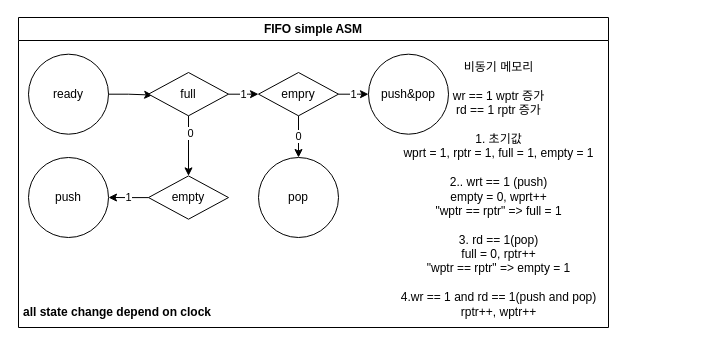
The draw.io diagram FIFO simple ASM.drawio in cong2738/FPGA_Harman, before the edit. Source tidied: cells renumbered, new cells numbered last; positions are measured from the earlier drawing's top-left corner, leaving out a move shared by most shapes. Both pictures are drawn from the tidied source at 100%, with x=0, y=0 at pixel (17, 17).
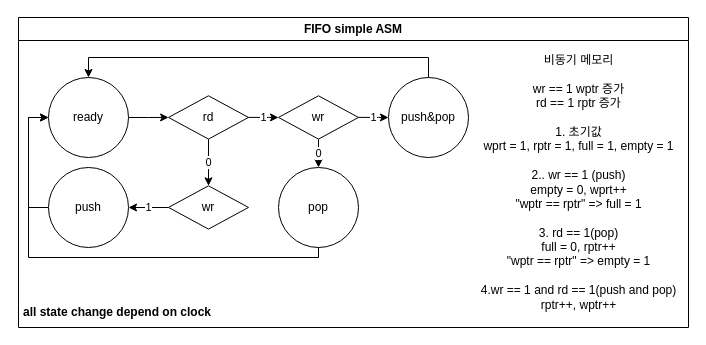
Above is the later version.

Diff of the diagram source:
```diff
@@
     <mxCell id="2" value="FIFO simple ASM" style="swimlane;whiteSpace=wrap;html=1;" parent="1" vertex="1">
-      <mxGeometry x="1" width="590" height="310" as="geometry" />
+      <mxGeometry x="1" width="670" height="310" as="geometry" />
     </mxCell>
+    <mxCell id="4" value="&lt;div&gt;비동기 메모리&lt;/div&gt;&lt;div&gt;&lt;br&gt;&lt;/div&gt;wr == 1 wptr 증가&lt;br&gt;rd == 1 rptr 증가&lt;div&gt;&lt;br&gt;&lt;/div&gt;&lt;div&gt;1. 초기값&lt;/div&gt;&lt;div&gt;wprt = 1, rptr = 1, full = 1, empty = 1&lt;br&gt;&lt;/div&gt;&lt;div&gt;&lt;br&gt;&lt;/div&gt;&lt;div&gt;2.. wr == 1 (push)&lt;/div&gt;&lt;div&gt;empty = 0, wprt++&lt;/div&gt;&lt;div&gt;&quot;wptr == rptr&quot; =&amp;gt; full = 1&lt;/div&gt;&lt;div&gt;&lt;br&gt;&lt;/div&gt;&lt;div&gt;3. rd == 1(pop)&lt;/div&gt;&lt;div&gt;full = 0, rptr++&lt;/div&gt;&lt;div&gt;&quot;wptr == rptr&quot; =&amp;gt; empty = 1&lt;/div&gt;&lt;div&gt;&lt;br&gt;&lt;/div&gt;&lt;div&gt;4.wr == 1 and rd == 1(push and pop)&lt;/div&gt;&lt;div&gt;rptr++, wptr++&lt;/div&gt;" style="text;html=1;align=center;verticalAlign=middle;strokeColor=none;fillColor=none;" parent="2" vertex="1">
+      <mxGeometry x="450" y="30" width="220" height="270" as="geometry" />
+    </mxCell>
@@
-    <mxCell id="4" value="&lt;div&gt;비동기 메모리&lt;/div&gt;&lt;div&gt;&lt;br&gt;&lt;/div&gt;wr == 1 wptr 증가&lt;br&gt;rd == 1 rptr 증가&lt;div&gt;&lt;br&gt;&lt;/div&gt;&lt;div&gt;1. 초기값&lt;/div&gt;&lt;div&gt;wprt = 1, rptr = 1, full = 1, empty = 1&lt;br&gt;&lt;/div&gt;&lt;div&gt;&lt;br&gt;&lt;/div&gt;&lt;div&gt;2.. wrt == 1 (push)&lt;/div&gt;&lt;div&gt;empty = 0, wprt++&lt;/div&gt;&lt;div&gt;&quot;wptr == rptr&quot; =&amp;gt; full = 1&lt;/div&gt;&lt;div&gt;&lt;br&gt;&lt;/div&gt;&lt;div&gt;3. rd == 1(pop)&lt;/div&gt;&lt;div&gt;full = 0, rptr++&lt;/div&gt;&lt;div&gt;&quot;wptr == rptr&quot; =&amp;gt; empty = 1&lt;/div&gt;&lt;div&gt;&lt;br&gt;&lt;/div&gt;&lt;div&gt;4.wr == 1 and rd == 1(push and pop)&lt;/div&gt;&lt;div&gt;rptr++, wptr++&lt;/div&gt;" style="text;html=1;align=center;verticalAlign=middle;strokeColor=none;fillColor=none;" parent="2" vertex="1">
-      <mxGeometry x="370" y="36.7" width="220" height="270" as="geometry" />
-    </mxCell>
-    <mxCell id="5" style="group;" parent="2" vertex="1">
-      <mxGeometry x="10" y="36.7" width="420" height="183.3" as="geometry" />
-    </mxCell>
+    <mxCell id="20" style="group;" parent="2" vertex="1">
+      <mxGeometry x="10" y="40" width="440" height="200" as="geometry" />
+    </mxCell>
+    <mxCell id="21" style="edgeStyle=orthogonalEdgeStyle;rounded=0;jettySize=auto;html=1;entryX=0.5;entryY=0;entryDx=0;entryDy=0;" parent="20" edge="1" source="6" target="8">
+      <mxGeometry relative="1" as="geometry">
+        <Array as="points">
+          <mxPoint x="400" />
+          <mxPoint x="60" />
+        </Array>
+      </mxGeometry>
+    </mxCell>
-    <mxCell id="6" value="push&amp;amp;pop" style="ellipse;whiteSpace=wrap;html=1;" parent="5" vertex="1">
-      <mxGeometry x="340" width="80" height="80" as="geometry" />
+    <mxCell id="6" value="push&amp;amp;pop" style="ellipse;whiteSpace=wrap;html=1;" parent="20" vertex="1">
+      <mxGeometry x="360" y="20" width="80" height="80" as="geometry" />
     </mxCell>
-    <mxCell id="7" style="edgeStyle=orthogonalEdgeStyle;rounded=0;jettySize=auto;html=1;entryX=0.052;entryY=0.521;entryDx=0;entryDy=0;entryPerimeter=0;" parent="5" edge="1" source="8" target="12">
+    <mxCell id="7" style="edgeStyle=orthogonalEdgeStyle;rounded=0;jettySize=auto;html=1;" parent="20" edge="1" source="8" target="12">
       <mxGeometry relative="1" as="geometry" />
     </mxCell>
-    <mxCell id="8" value="ready" style="ellipse;whiteSpace=wrap;html=1;" parent="5" vertex="1">
-      <mxGeometry width="80" height="80" as="geometry" />
+    <mxCell id="8" value="ready" style="ellipse;whiteSpace=wrap;html=1;" parent="20" vertex="1">
+      <mxGeometry x="20" y="20" width="80" height="80" as="geometry" />
     </mxCell>
+    <mxCell id="22" style="edgeStyle=orthogonalEdgeStyle;rounded=0;jettySize=auto;html=1;entryX=0;entryY=0.5;entryDx=0;entryDy=0;exitX=0;exitY=0.5;exitDx=0;exitDy=0;" parent="20" edge="1" source="9" target="8">
+      <mxGeometry relative="1" as="geometry">
+        <Array as="points">
+          <mxPoint y="150" />
+          <mxPoint y="60" />
+        </Array>
+      </mxGeometry>
+    </mxCell>
-    <mxCell id="9" value="push" style="ellipse;whiteSpace=wrap;html=1;" parent="5" vertex="1">
-      <mxGeometry y="103.3" width="80" height="80" as="geometry" />
+    <mxCell id="9" value="push" style="ellipse;whiteSpace=wrap;html=1;" parent="20" vertex="1">
+      <mxGeometry x="20" y="110" width="80" height="80" as="geometry" />
     </mxCell>
+    <mxCell id="23" style="edgeStyle=orthogonalEdgeStyle;rounded=0;jettySize=auto;html=1;entryX=0;entryY=0.5;entryDx=0;entryDy=0;" parent="20" edge="1" source="10" target="8">
+      <mxGeometry relative="1" as="geometry">
+        <Array as="points">
+          <mxPoint x="290" y="200" />
+          <mxPoint y="200" />
+          <mxPoint y="60" />
+        </Array>
+      </mxGeometry>
+    </mxCell>
-    <mxCell id="10" value="pop" style="ellipse;whiteSpace=wrap;html=1;" parent="5" vertex="1">
-      <mxGeometry x="230" y="103.3" width="80" height="80" as="geometry" />
+    <mxCell id="10" value="pop" style="ellipse;whiteSpace=wrap;html=1;" parent="20" vertex="1">
+      <mxGeometry x="250" y="110" width="80" height="80" as="geometry" />
     </mxCell>
-    <mxCell id="11" value="1" style="edgeStyle=orthogonalEdgeStyle;rounded=0;jettySize=auto;html=1;entryX=0;entryY=0.5;entryDx=0;entryDy=0;" parent="5" edge="1" source="12" target="16">
+    <mxCell id="11" value="1" style="edgeStyle=orthogonalEdgeStyle;rounded=0;jettySize=auto;html=1;entryX=0;entryY=0.5;entryDx=0;entryDy=0;" parent="20" edge="1" source="12" target="16">
       <mxGeometry relative="1" as="geometry" />
     </mxCell>
-    <mxCell id="12" value="full" style="rhombus;whiteSpace=wrap;html=1;" parent="5" vertex="1">
-      <mxGeometry x="120" y="18.3" width="80" height="43.3" as="geometry" />
+    <mxCell id="12" value="rd" style="rhombus;whiteSpace=wrap;html=1;" parent="20" vertex="1">
+      <mxGeometry x="140" y="38.3" width="80" height="43.3" as="geometry" />
     </mxCell>
-    <mxCell id="13" value="1" style="edgeStyle=orthogonalEdgeStyle;rounded=0;jettySize=auto;html=1;entryX=1;entryY=0.5;entryDx=0;entryDy=0;" parent="5" edge="1" source="14" target="9">
+    <mxCell id="13" value="1" style="edgeStyle=orthogonalEdgeStyle;rounded=0;jettySize=auto;html=1;entryX=1;entryY=0.5;entryDx=0;entryDy=0;" parent="20" edge="1" source="14" target="9">
       <mxGeometry relative="1" as="geometry" />
     </mxCell>
-    <mxCell id="14" value="empty" style="rhombus;whiteSpace=wrap;html=1;" parent="5" vertex="1">
-      <mxGeometry x="120" y="121.7" width="80" height="43.3" as="geometry" />
+    <mxCell id="14" value="wr" style="rhombus;whiteSpace=wrap;html=1;" parent="20" vertex="1">
+      <mxGeometry x="140" y="128.3" width="80" height="43.3" as="geometry" />
     </mxCell>
-    <mxCell id="15" value="1" style="edgeStyle=orthogonalEdgeStyle;rounded=0;jettySize=auto;html=1;entryX=0;entryY=0.5;entryDx=0;entryDy=0;" parent="5" edge="1" source="16" target="6">
+    <mxCell id="15" value="1" style="edgeStyle=orthogonalEdgeStyle;rounded=0;jettySize=auto;html=1;entryX=0;entryY=0.5;entryDx=0;entryDy=0;" parent="20" edge="1" source="16" target="6">
       <mxGeometry relative="1" as="geometry" />
     </mxCell>
-    <mxCell id="16" value="empry" style="rhombus;whiteSpace=wrap;html=1;" parent="5" vertex="1">
-      <mxGeometry x="230" y="18.3" width="80" height="43.3" as="geometry" />
+    <mxCell id="16" value="wr" style="rhombus;whiteSpace=wrap;html=1;" parent="20" vertex="1">
+      <mxGeometry x="250" y="38.3" width="80" height="43.3" as="geometry" />
     </mxCell>
-    <mxCell id="17" value="0" style="edgeStyle=orthogonalEdgeStyle;rounded=0;jettySize=auto;html=1;entryX=0.5;entryY=0;entryDx=0;entryDy=0;" parent="5" edge="1" source="16" target="10">
+    <mxCell id="17" value="0" style="edgeStyle=orthogonalEdgeStyle;rounded=0;jettySize=auto;html=1;entryX=0.5;entryY=0;entryDx=0;entryDy=0;" parent="20" edge="1" source="16" target="10">
       <mxGeometry relative="1" as="geometry" />
     </mxCell>
-    <mxCell id="18" style="edgeStyle=orthogonalEdgeStyle;rounded=0;jettySize=auto;html=1;entryX=0.5;entryY=0;entryDx=0;entryDy=0;" parent="5" edge="1" source="12" target="14">
+    <mxCell id="18" value="0" style="edgeStyle=orthogonalEdgeStyle;rounded=0;jettySize=auto;html=1;entryX=0.5;entryY=0;entryDx=0;entryDy=0;" parent="20" edge="1" source="12" target="14">
       <mxGeometry relative="1" as="geometry" />
     </mxCell>
-    <mxCell id="19" value="0" style="edgeLabel;html=1;align=center;verticalAlign=middle;" parent="18" vertex="1">
-      <mxGeometry x="-0.43" y="1" relative="1" as="geometry" />
-    </mxCell>
```
